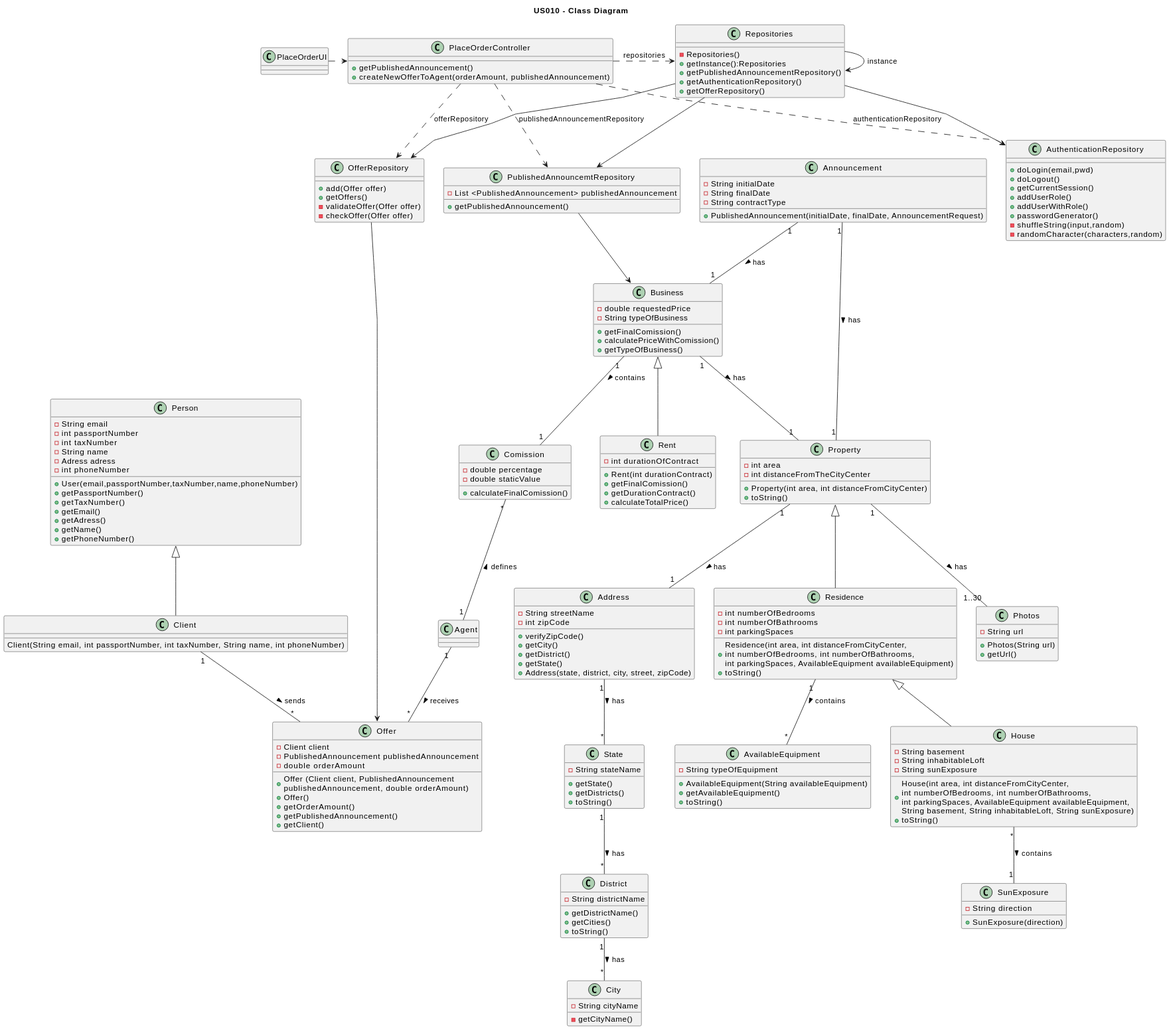
Before: docs/sprintD/US010/03.design/svg/us010-class-diagram.svg, a diagram exported from PlantUML (PureNimble/ISEP-LAPR2).
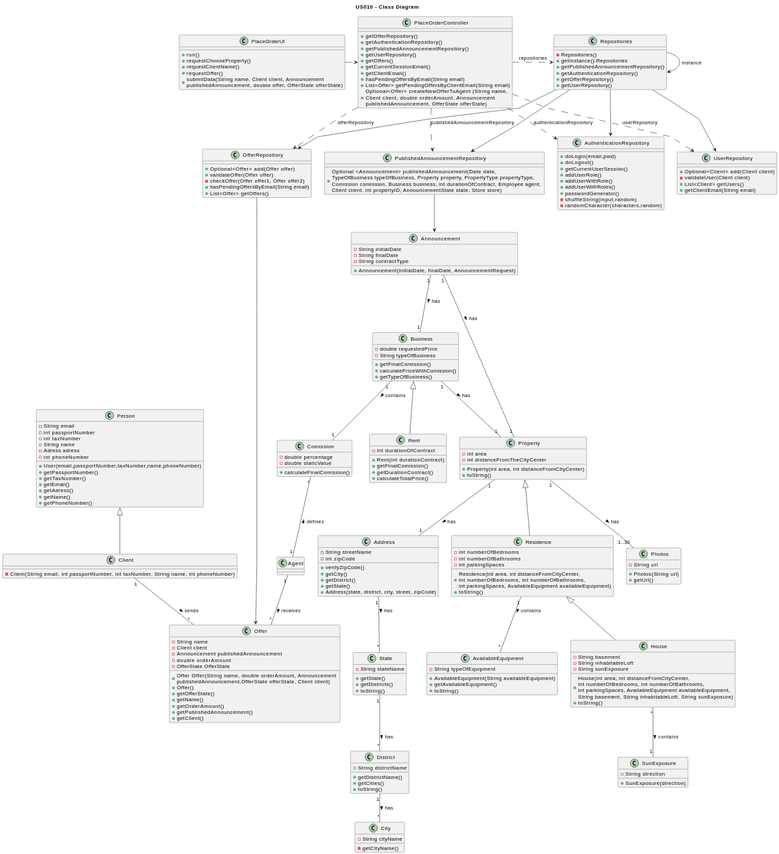
The same file after the commit.

Change to the diagram source:
```diff
@@ -7,35 +7,55 @@
 skinparam linetype polyline
 
 class PlaceOrderUI {
-
+    + run()
+    + requestChooseProperty()
+    + requestClientName()
+    + requestOffer()
+    + submitData(String name, Client client, Announcement \npublishedAnnouncement, double offer, OfferState offerState)
 }
 
 class PlaceOrderController {
-    + getPublishedAnnouncement()
-    + createNewOfferToAgent(orderAmount, publishedAnnouncement)
+    + getOfferRepository()
+    + getAuthenticationRepository()
+    + getPublishedAnnouncementRepository()
+    + getUserRepository()
+    + getOffers()
+    + getCurrentSessionEmail()
+    + getClientEmail()
+    + hasPendingOffersByEmail(String email)
+    + List<Offer> getPendingOffersByClientEmail(String email)
+    + Optional<Offer> createNewOfferToAgent (String name, \nClient client, double orderAmount, Announcement \npublishedAnnouncement, OfferState offerState)
 }
 
-class PublishedAnnouncemtRepository {
-    - List <PublishedAnnouncement> publishedAnnouncement
-    + getPublishedAnnouncement()
+class PublishedAnnouncementRepository {
+    + Optional <Announcement> publishedAnnouncement(Date date, \nTypeOfBusiness typeOfBusiness, Property property, PropertyType propertyType, \nComission comission, Business business, int durationOfContract, Employee agent, \nClient client, int propertyID, AnnouncementState state, Store store)
 }
 
 class AuthenticationRepository {
     + doLogin(email,pwd)
     + doLogout()
-    + getCurrentSession()
+    + getCurrentUserSession()
     + addUserRole()
     + addUserWithRole()
+    + addUserWithRoles()
     + passwordGenerator()
     - shuffleString(input,random)
     - randomCharacter(characters,random)
 }
 
 class OfferRepository {
-    + add(Offer offer)
-    + getOffers()
-    - validateOffer(Offer offer)
-    - checkOffer(Offer offer)
+    + Optional<Offer> add(Offer offer)
+    + validateOffer(Offer offer)
+    - checkOffer(Offer offer1, Offer offer2)
+    + hasPendingOffersByEmail(String email)
+    + List<Offer> getOffers()
+}
+
+class UserRepository {
+    + Optional<Client> add(Client client)
+    - validateUser(Client client)
+    + List<Client> getUsers()
+    + getClientEmail(String email)
 }
 
 class Repositories {
@@ -44,15 +64,20 @@
     + getPublishedAnnouncementRepository()
     + getAuthenticationRepository()
     + getOfferRepository()
+    + getUserRepository()
 }
 
 class Offer {
+ - String name
  - Client client
- - PublishedAnnouncement publishedAnnouncement
+ - Announcement publishedAnnouncement
  - double orderAmount
+ - OfferState OfferState
 
- + Offer (Client client, PublishedAnnouncement \npublishedAnnouncement, double orderAmount)
+ + Offer Offer(String name, double orderAmount, Announcement \npublishedAnnouncement,OfferState offerState, Client client)
  + Offer()
+ + getOfferState()
+ + getName()
  + getOrderAmount()
  + getPublishedAnnouncement()
  + getClient()
@@ -63,7 +88,7 @@
     - String finalDate
     - String contractType
 
-    + PublishedAnnouncement(initialDate, finalDate, AnnouncementRequest)
+    + Announcement(initialDate, finalDate, AnnouncementRequest)
 }
 
 class Business {
@@ -126,7 +151,7 @@
 }
 
 class Client {
-Client(String email, int passportNumber, int taxNumber, String name, int phoneNumber)
+    - Client(String email, int passportNumber, int taxNumber, String name, int phoneNumber)
 }
 
 class AvailableEquipment {
@@ -197,15 +222,17 @@
 
 PlaceOrderUI .> PlaceOrderController
 PlaceOrderController .> Repositories : repositories
-PlaceOrderController ..> PublishedAnnouncemtRepository : publishedAnnouncementRepository
+PlaceOrderController ..> PublishedAnnouncementRepository : publishedAnnouncementRepository
 PlaceOrderController ..> AuthenticationRepository : authenticationRepository
 PlaceOrderController ..> OfferRepository : offerRepository
+PlaceOrderController ..> UserRepository : userRepository
 Repositories --> Repositories : instance
-Repositories --> PublishedAnnouncemtRepository
+Repositories --> PublishedAnnouncementRepository
 Repositories --> AuthenticationRepository
 Repositories --> OfferRepository
+Repositories --> UserRepository
 OfferRepository --> Offer
-PublishedAnnouncemtRepository --> Business
+PublishedAnnouncementRepository --> Announcement
 
 Business <|-- Rent
 Business "1" -- "1" Property : has >
@@ -218,7 +245,7 @@
 Offer "*" -up- "1" Client : sends <
 
 Announcement "1" -- "1" Property : has >
-Announcement "1" -- "1" Business : has >
+Announcement "1" --- "1" Business : has >
 
 Property <|-- Residence
 Property "1" -- "1..30" Photos : has >
```
